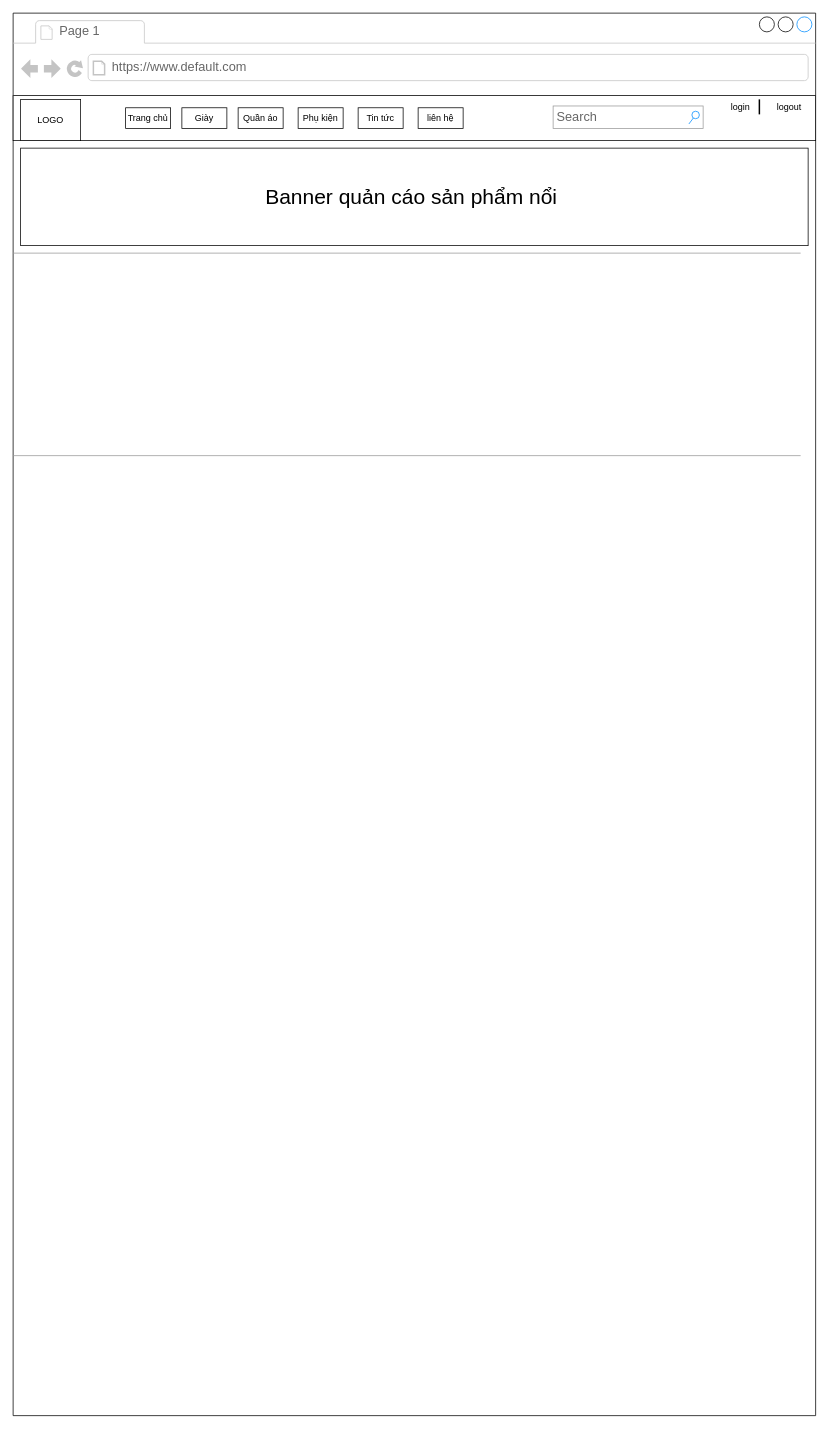
jimm9Tran/N06-PTTKPM-Nhom-6 keeps this draw.io diagram as Designs/Sketch.drawio. Above is the earlier version. Source tidied: cells renumbered, new cells numbered last; positions are measured from the earlier drawing's top-left corner, leaving out a move shared by most shapes. Both pictures are drawn from the tidied source at 75%, with x=0, y=0 at pixel (13, 13).
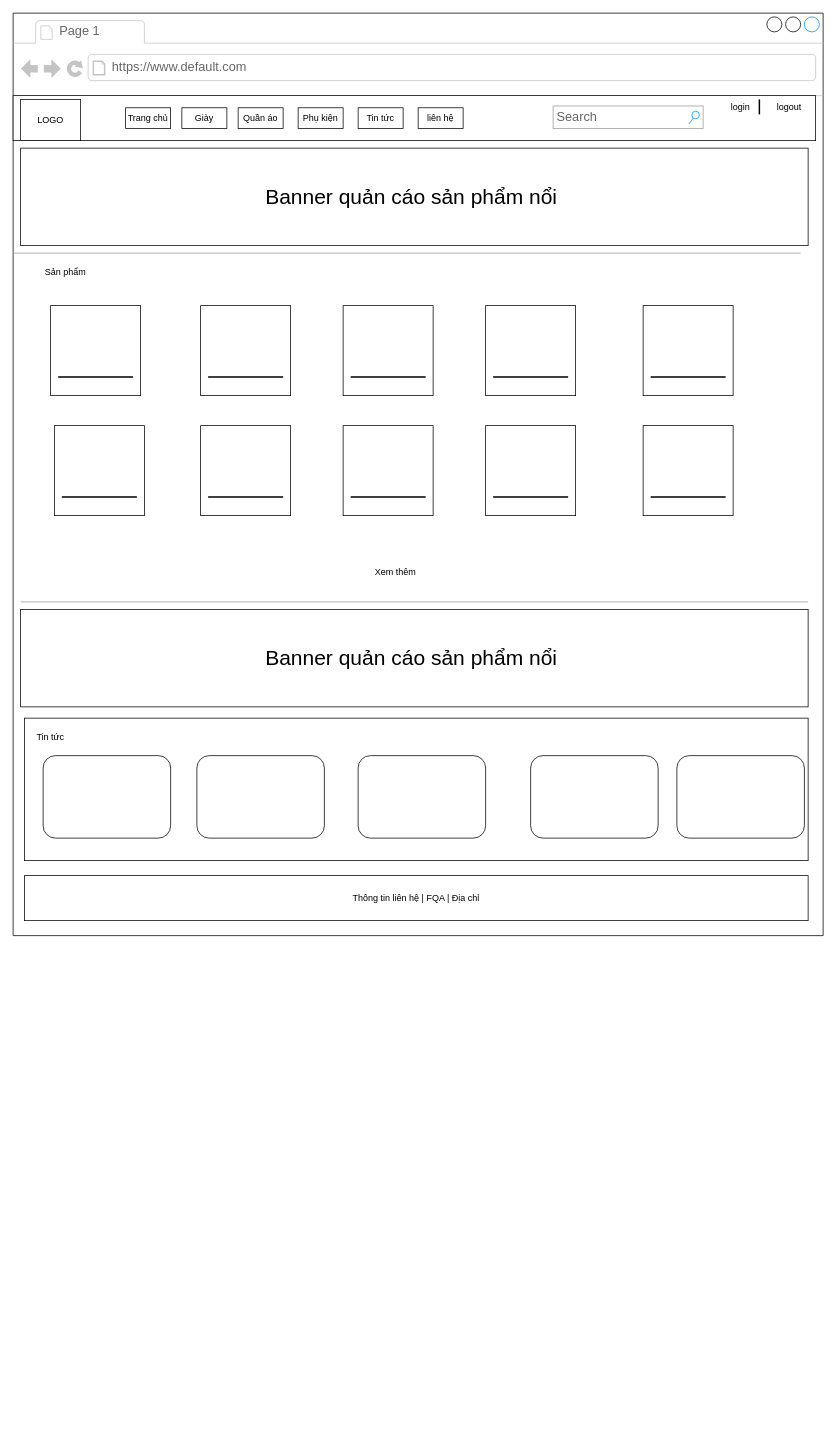
The same page after the edit.

Commit message (it also covers changes not shown here):
Cập nhật Sketch.drawio

The edit, as a diff of the source:
```diff
@@
     <mxCell id="2" style="strokeWidth=1;shadow=0;dashed=0;align=center;html=1;shape=mxgraph.mockup.containers.browserWindow;rSize=0;strokeColor=default;mainText=,;rounded=0;labelBackgroundColor=none;fontFamily=Verdana;fontSize=12;fillColor=default;" parent="1" vertex="1">
-      <mxGeometry width="1070" height="1870" as="geometry" />
+      <mxGeometry width="1080" height="1230" as="geometry" />
     </mxCell>
@@
     <mxCell id="6" style="verticalLabelPosition=bottom;shadow=0;dashed=0;align=center;html=1;verticalAlign=top;strokeWidth=1;shape=mxgraph.mockup.markup.line;strokeColor=#999999;rounded=0;labelBackgroundColor=none;fillColor=#ffffff;fontFamily=Verdana;fontSize=12;fontColor=#000000;" parent="2" vertex="1">
-      <mxGeometry y="580" width="1050" height="20" as="geometry" />
+      <mxGeometry x="10" y="775" width="1050" height="20" as="geometry" />
     </mxCell>
@@
+    <mxCell id="20" value="Sản phẩm" style="text;html=1;align=center;verticalAlign=middle;whiteSpace=wrap;rounded=0;" parent="2" vertex="1">
+      <mxGeometry x="40" y="330" width="60" height="30" as="geometry" />
+    </mxCell>
+    <mxCell id="21" style="whiteSpace=wrap;html=1;" parent="2" vertex="1">
+      <mxGeometry x="50" y="390" width="120" height="120" as="geometry" />
+    </mxCell>
+    <mxCell id="22" style="line;strokeWidth=2;html=1;" parent="2" vertex="1">
+      <mxGeometry x="60" y="480" width="100" height="10" as="geometry" />
+    </mxCell>
+    <mxCell id="23" style="whiteSpace=wrap;html=1;" parent="2" vertex="1">
+      <mxGeometry x="55" y="550" width="120" height="120" as="geometry" />
+    </mxCell>
+    <mxCell id="24" style="line;strokeWidth=2;html=1;" parent="2" vertex="1">
+      <mxGeometry x="65" y="640" width="100" height="10" as="geometry" />
+    </mxCell>
+    <mxCell id="25" style="whiteSpace=wrap;html=1;" parent="2" vertex="1">
+      <mxGeometry x="250" y="550" width="120" height="120" as="geometry" />
+    </mxCell>
+    <mxCell id="26" style="line;strokeWidth=2;html=1;" parent="2" vertex="1">
+      <mxGeometry x="260" y="640" width="100" height="10" as="geometry" />
+    </mxCell>
+    <mxCell id="27" style="whiteSpace=wrap;html=1;" parent="2" vertex="1">
+      <mxGeometry x="440" y="550" width="120" height="120" as="geometry" />
+    </mxCell>
+    <mxCell id="28" style="line;strokeWidth=2;html=1;" parent="2" vertex="1">
+      <mxGeometry x="450" y="640" width="100" height="10" as="geometry" />
+    </mxCell>
+    <mxCell id="29" style="whiteSpace=wrap;html=1;" parent="2" vertex="1">
+      <mxGeometry x="630" y="550" width="120" height="120" as="geometry" />
+    </mxCell>
+    <mxCell id="30" style="line;strokeWidth=2;html=1;" parent="2" vertex="1">
+      <mxGeometry x="640" y="640" width="100" height="10" as="geometry" />
+    </mxCell>
+    <mxCell id="31" style="whiteSpace=wrap;html=1;" parent="2" vertex="1">
+      <mxGeometry x="840" y="550" width="120" height="120" as="geometry" />
+    </mxCell>
+    <mxCell id="32" style="line;strokeWidth=2;html=1;" parent="2" vertex="1">
+      <mxGeometry x="850" y="640" width="100" height="10" as="geometry" />
+    </mxCell>
+    <mxCell id="33" style="whiteSpace=wrap;html=1;" parent="2" vertex="1">
+      <mxGeometry x="250" y="390" width="120" height="120" as="geometry" />
+    </mxCell>
+    <mxCell id="34" style="line;strokeWidth=2;html=1;" parent="2" vertex="1">
+      <mxGeometry x="260" y="480" width="100" height="10" as="geometry" />
+    </mxCell>
+    <mxCell id="35" style="whiteSpace=wrap;html=1;" parent="2" vertex="1">
+      <mxGeometry x="440" y="390" width="120" height="120" as="geometry" />
+    </mxCell>
+    <mxCell id="36" style="line;strokeWidth=2;html=1;" parent="2" vertex="1">
+      <mxGeometry x="450" y="480" width="100" height="10" as="geometry" />
+    </mxCell>
+    <mxCell id="37" style="whiteSpace=wrap;html=1;" parent="2" vertex="1">
+      <mxGeometry x="630" y="390" width="120" height="120" as="geometry" />
+    </mxCell>
+    <mxCell id="38" style="line;strokeWidth=2;html=1;" parent="2" vertex="1">
+      <mxGeometry x="640" y="480" width="100" height="10" as="geometry" />
+    </mxCell>
+    <mxCell id="39" style="whiteSpace=wrap;html=1;" parent="2" vertex="1">
+      <mxGeometry x="840" y="390" width="120" height="120" as="geometry" />
+    </mxCell>
+    <mxCell id="40" style="line;strokeWidth=2;html=1;" parent="2" vertex="1">
+      <mxGeometry x="850" y="480" width="100" height="10" as="geometry" />
+    </mxCell>
+    <mxCell id="41" value="Xem thêm" style="text;html=1;align=center;verticalAlign=middle;whiteSpace=wrap;rounded=0;" parent="2" vertex="1">
+      <mxGeometry x="480" y="730" width="60" height="30" as="geometry" />
+    </mxCell>
+    <mxCell id="42" value="&lt;font style=&quot;font-size: 28px;&quot;&gt;Banner quản cáo sản phẩm nổi&amp;nbsp;&lt;/font&gt;" style="rounded=0;whiteSpace=wrap;html=1;" parent="2" vertex="1">
+      <mxGeometry x="10" y="795" width="1050" height="130" as="geometry" />
+    </mxCell>
+    <mxCell id="43" style="rounded=0;whiteSpace=wrap;html=1;" parent="2" vertex="1">
+      <mxGeometry x="15" y="940" width="1045" height="190" as="geometry" />
+    </mxCell>
+    <mxCell id="44" value="Tin tức" style="text;html=1;align=center;verticalAlign=middle;whiteSpace=wrap;rounded=0;" parent="2" vertex="1">
+      <mxGeometry x="20" y="950" width="60" height="30" as="geometry" />
+    </mxCell>
+    <mxCell id="45" style="rounded=1;whiteSpace=wrap;html=1;" parent="2" vertex="1">
+      <mxGeometry x="40" y="990" width="170" height="110" as="geometry" />
+    </mxCell>
+    <mxCell id="46" style="rounded=1;whiteSpace=wrap;html=1;" parent="2" vertex="1">
+      <mxGeometry x="245" y="990" width="170" height="110" as="geometry" />
+    </mxCell>
+    <mxCell id="47" style="rounded=1;whiteSpace=wrap;html=1;" parent="2" vertex="1">
+      <mxGeometry x="460" y="990" width="170" height="110" as="geometry" />
+    </mxCell>
+    <mxCell id="48" style="rounded=1;whiteSpace=wrap;html=1;" parent="2" vertex="1">
+      <mxGeometry x="690" y="990" width="170" height="110" as="geometry" />
+    </mxCell>
+    <mxCell id="49" style="rounded=1;whiteSpace=wrap;html=1;" parent="2" vertex="1">
+      <mxGeometry x="885" y="990" width="170" height="110" as="geometry" />
+    </mxCell>
+    <mxCell id="50" value="Thông tin liên hệ | FQA | Địa chỉ" style="rounded=0;whiteSpace=wrap;html=1;" parent="2" vertex="1">
+      <mxGeometry x="15" y="1150" width="1045" height="60" as="geometry" />
+    </mxCell>
```
